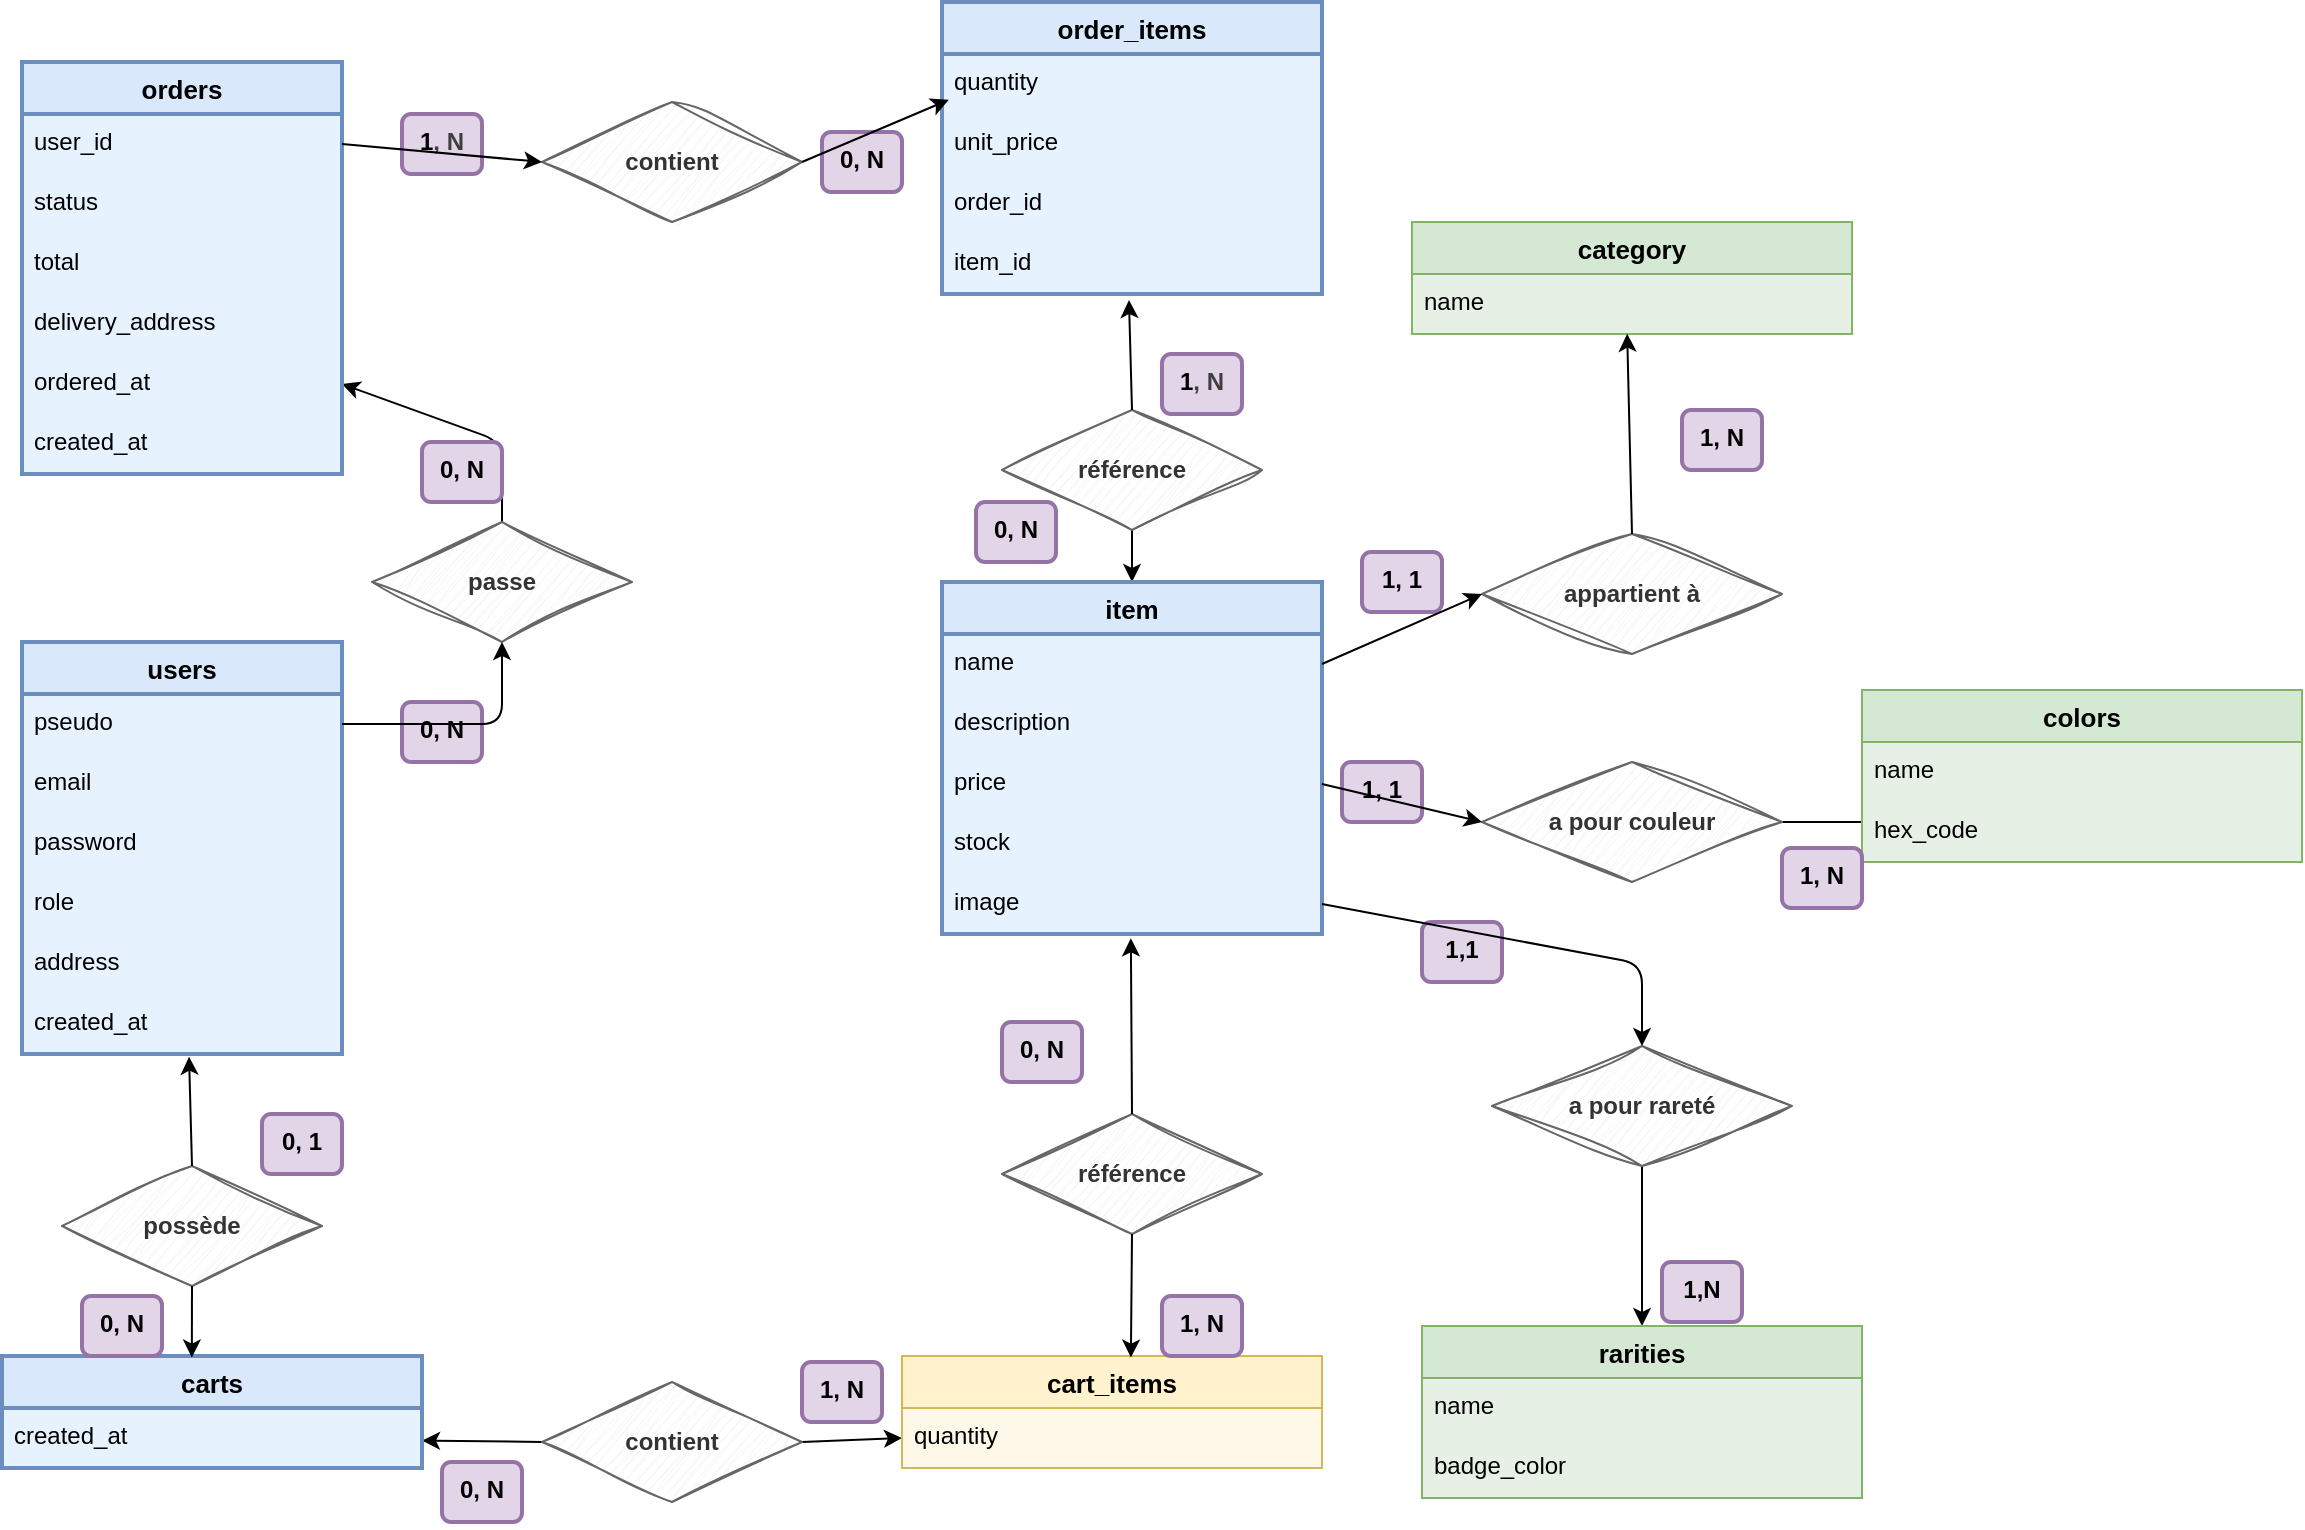
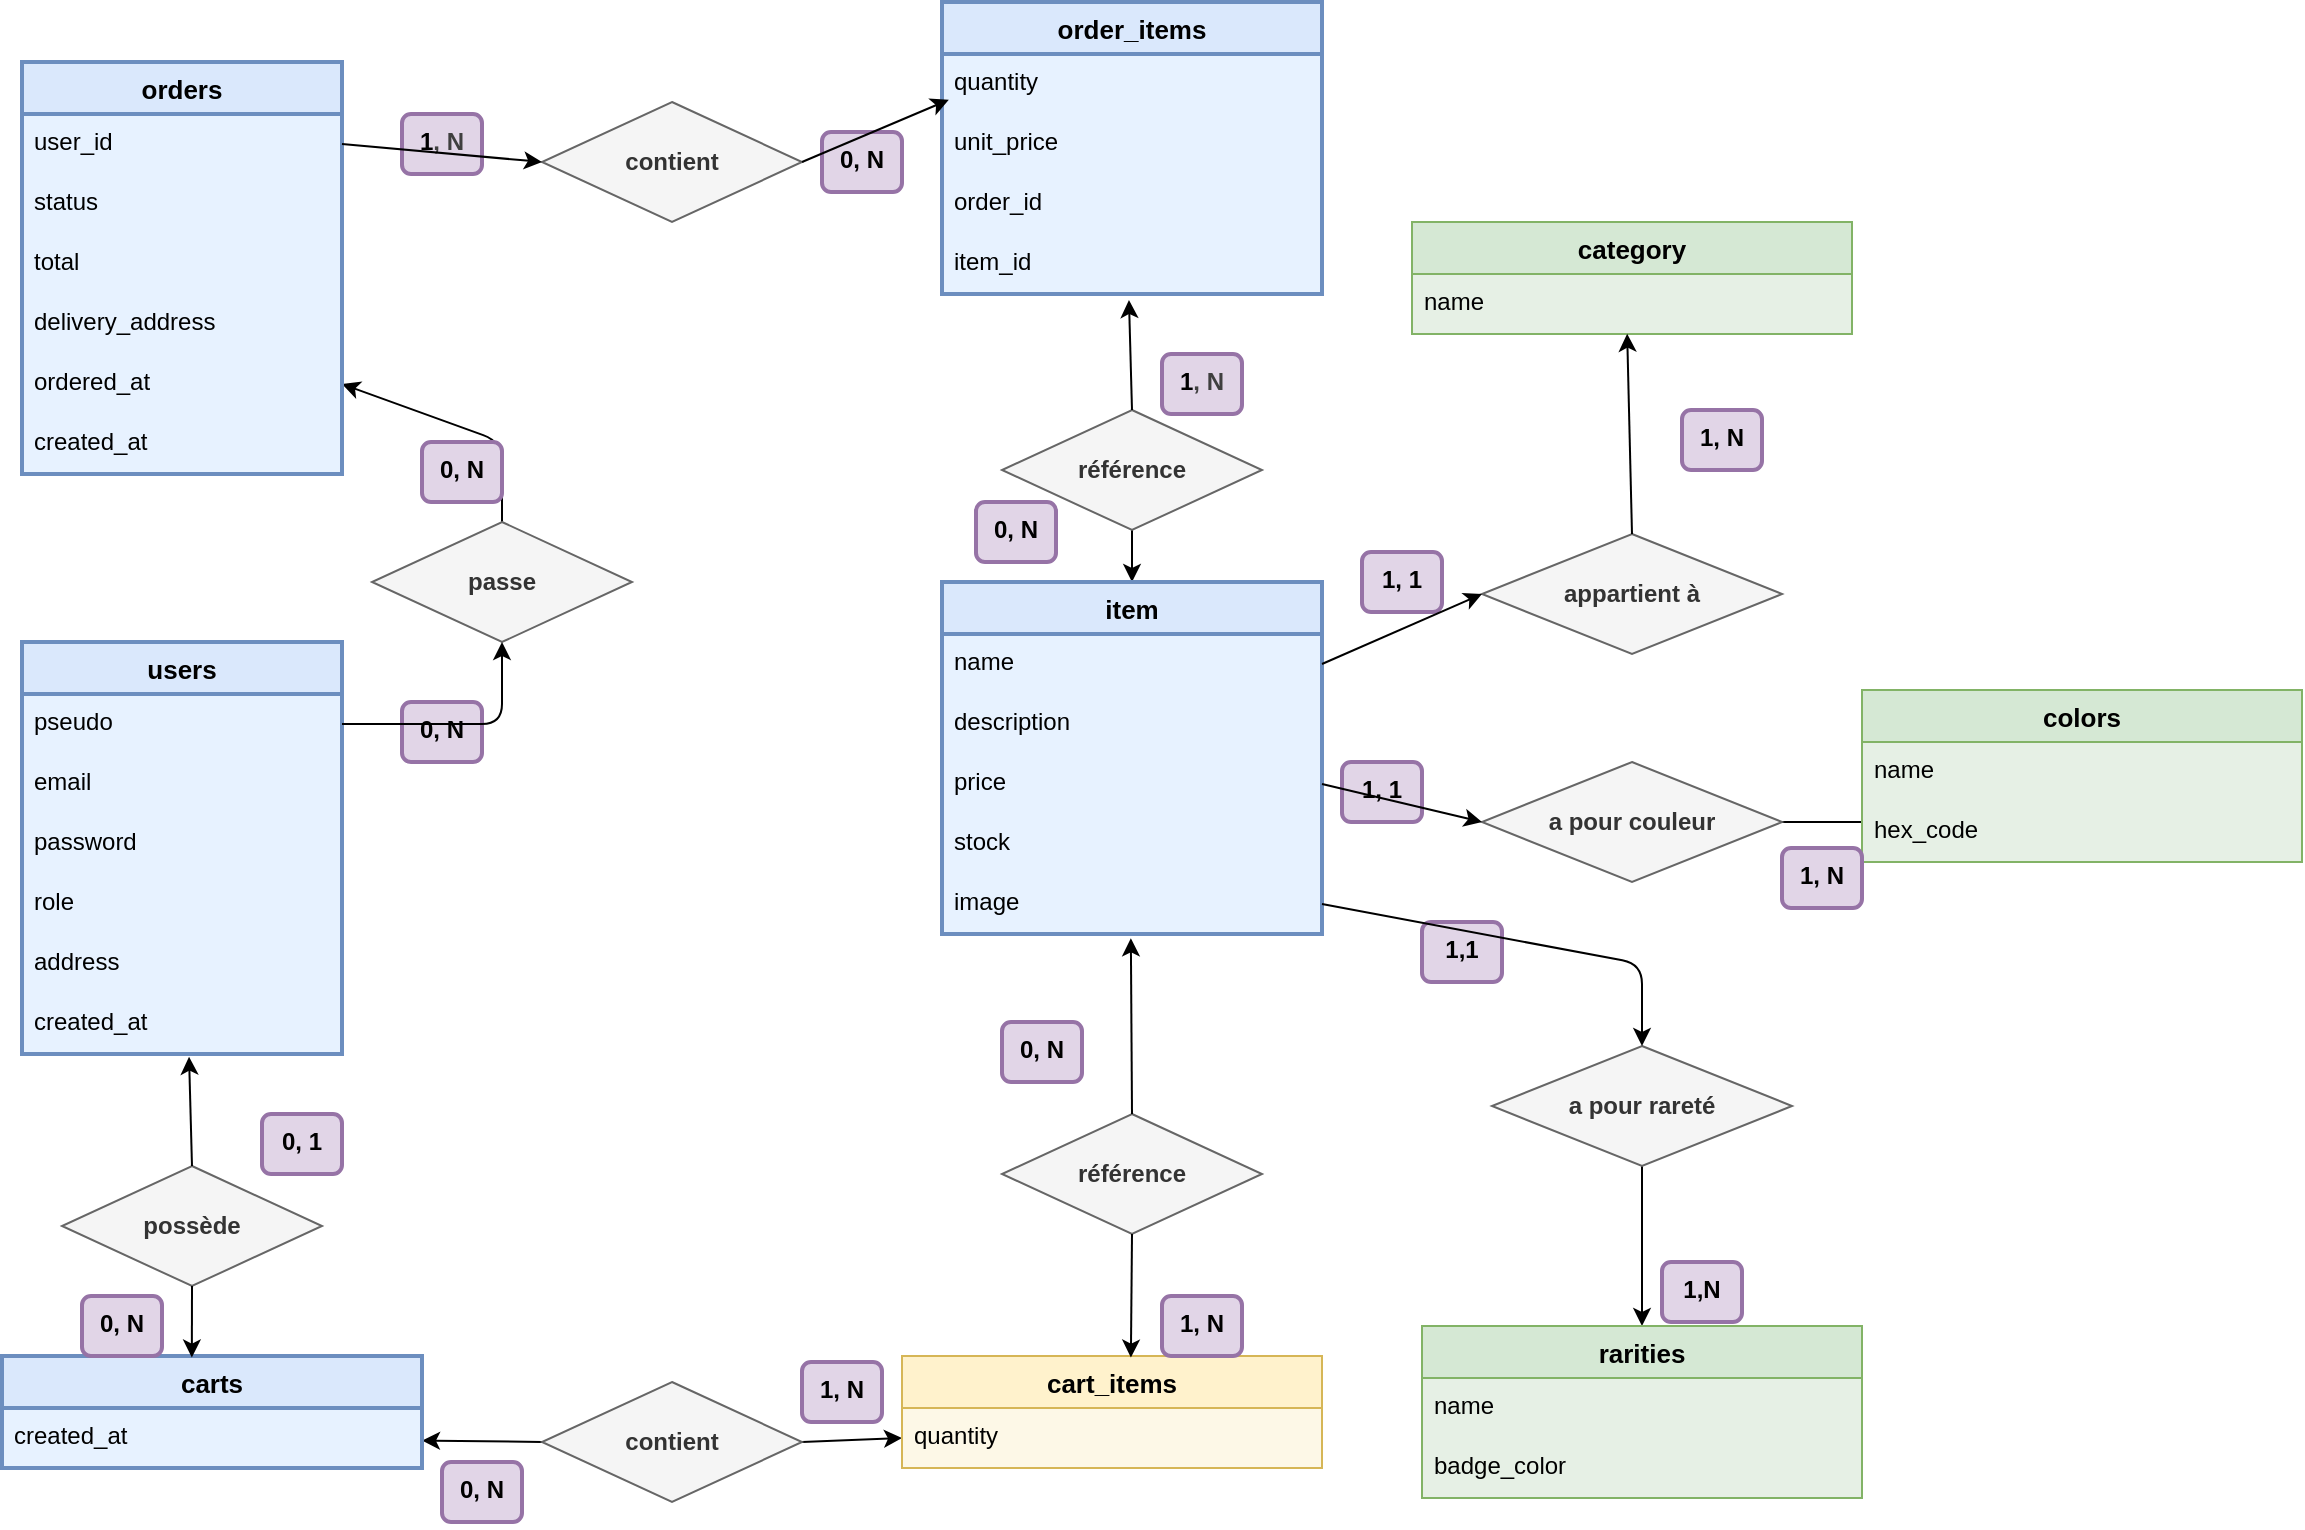
<mxfile host="65bd71144e">
    <diagram id="dxffIaWfTfXCMZ91P9z-" name="Page-1">
-         <mxGraphModel dx="-500" dy="847" grid="1" gridSize="10" guides="1" tooltips="1" connect="1" arrows="1" fold="1" page="1" pageScale="1" pageWidth="1169" pageHeight="827" math="0" shadow="0">
+         <mxGraphModel dx="-892" dy="562" grid="1" gridSize="10" guides="1" tooltips="1" connect="1" arrows="1" fold="1" page="1" pageScale="1" pageWidth="1169" pageHeight="827" math="0" shadow="0">
            <root>
                <mxCell id="0"/>
                <mxCell id="1" parent="0"/>
-                 <mxCell id="2" value="contient" style="rhombus;whiteSpace=wrap;html=1;fillColor=#f5f5f5;strokeColor=#666666;fontColor=#333333;fontStyle=1;fontSize=12;sketch=1;curveFitting=1;jiggle=2;" parent="1" vertex="1">
+                 <mxCell id="2" value="contient" style="rhombus;whiteSpace=wrap;html=1;fillColor=#f5f5f5;strokeColor=#666666;fontColor=#333333;fontStyle=1;fontSize=12;" parent="1" vertex="1">
                    <mxGeometry x="3290" y="230" width="130" height="60" as="geometry"/>
                </mxCell>
                <mxCell id="94" style="edgeStyle=none;html=1;exitX=0.5;exitY=0;exitDx=0;exitDy=0;entryX=1;entryY=0.5;entryDx=0;entryDy=0;" parent="1" source="3" target="34" edge="1">
                    <mxGeometry relative="1" as="geometry">
                        <Array as="points">
                            <mxPoint x="3270" y="400"/>
                        </Array>
                    </mxGeometry>
                </mxCell>
-                 <mxCell id="3" value="passe" style="rhombus;whiteSpace=wrap;html=1;fillColor=#f5f5f5;strokeColor=#666666;fontColor=#333333;fontStyle=1;fontSize=12;sketch=1;curveFitting=1;jiggle=2;" parent="1" vertex="1">
+                 <mxCell id="3" value="passe" style="rhombus;whiteSpace=wrap;html=1;fillColor=#f5f5f5;strokeColor=#666666;fontColor=#333333;fontStyle=1;fontSize=12;" parent="1" vertex="1">
                    <mxGeometry x="3205" y="440" width="130" height="60" as="geometry"/>
                </mxCell>
-                 <mxCell id="4" value="possède" style="rhombus;whiteSpace=wrap;html=1;fillColor=#f5f5f5;strokeColor=#666666;fontColor=#333333;fontStyle=1;fontSize=12;sketch=1;curveFitting=1;jiggle=2;" parent="1" vertex="1">
+                 <mxCell id="4" value="possède" style="rhombus;whiteSpace=wrap;html=1;fillColor=#f5f5f5;strokeColor=#666666;fontColor=#333333;fontStyle=1;fontSize=12;" parent="1" vertex="1">
                    <mxGeometry x="3050" y="762" width="130" height="60" as="geometry"/>
                </mxCell>
                <mxCell id="101" style="edgeStyle=none;html=1;exitX=0;exitY=0.5;exitDx=0;exitDy=0;" parent="1" source="5" edge="1">
                    <mxGeometry relative="1" as="geometry">
                        <mxPoint x="3230" y="899.2727272727273" as="targetPoint"/>
                    </mxGeometry>
                </mxCell>
                <mxCell id="102" style="edgeStyle=none;html=1;exitX=1;exitY=0.5;exitDx=0;exitDy=0;entryX=0;entryY=0.5;entryDx=0;entryDy=0;" parent="1" source="5" edge="1">
                    <mxGeometry relative="1" as="geometry">
                        <mxPoint x="3470" y="898" as="targetPoint"/>
                    </mxGeometry>
                </mxCell>
-                 <mxCell id="5" value="contient" style="rhombus;whiteSpace=wrap;html=1;fillColor=#f5f5f5;strokeColor=#666666;fontColor=#333333;fontStyle=1;fontSize=12;sketch=1;curveFitting=1;jiggle=2;" parent="1" vertex="1">
+                 <mxCell id="5" value="contient" style="rhombus;whiteSpace=wrap;html=1;fillColor=#f5f5f5;strokeColor=#666666;fontColor=#333333;fontStyle=1;fontSize=12;" parent="1" vertex="1">
                    <mxGeometry x="3290" y="870" width="130" height="60" as="geometry"/>
                </mxCell>
                <mxCell id="6" style="edgeStyle=none;html=1;exitX=0.5;exitY=1;exitDx=0;exitDy=0;" parent="1" source="7" target="46" edge="1">
                    <mxGeometry relative="1" as="geometry"/>
                </mxCell>
-                 <mxCell id="7" value="référence" style="rhombus;whiteSpace=wrap;html=1;fillColor=#f5f5f5;strokeColor=#666666;fontColor=#333333;fontStyle=1;fontSize=12;sketch=1;curveFitting=1;jiggle=2;" parent="1" vertex="1">
+                 <mxCell id="7" value="référence" style="rhombus;whiteSpace=wrap;html=1;fillColor=#f5f5f5;strokeColor=#666666;fontColor=#333333;fontStyle=1;fontSize=12;" parent="1" vertex="1">
                    <mxGeometry x="3520" y="384" width="130" height="60" as="geometry"/>
                </mxCell>
-                 <mxCell id="8" value="référence" style="rhombus;whiteSpace=wrap;html=1;fillColor=#f5f5f5;strokeColor=#666666;fontColor=#333333;fontStyle=1;fontSize=12;sketch=1;curveFitting=1;jiggle=2;" parent="1" vertex="1">
+                 <mxCell id="8" value="référence" style="rhombus;whiteSpace=wrap;html=1;fillColor=#f5f5f5;strokeColor=#666666;fontColor=#333333;fontStyle=1;fontSize=12;" parent="1" vertex="1">
                    <mxGeometry x="3520" y="736" width="130" height="60" as="geometry"/>
                </mxCell>
-                 <mxCell id="9" value="appartient à" style="rhombus;whiteSpace=wrap;html=1;fillColor=#f5f5f5;strokeColor=#666666;fontColor=#333333;fontStyle=1;fontSize=12;sketch=1;curveFitting=1;jiggle=2;" parent="1" vertex="1">
+                 <mxCell id="9" value="appartient à" style="rhombus;whiteSpace=wrap;html=1;fillColor=#f5f5f5;strokeColor=#666666;fontColor=#333333;fontStyle=1;fontSize=12;" parent="1" vertex="1">
                    <mxGeometry x="3760" y="446" width="150" height="60" as="geometry"/>
                </mxCell>
                <mxCell id="108" style="edgeStyle=none;html=1;exitX=1;exitY=0.5;exitDx=0;exitDy=0;" parent="1" source="10" edge="1">
                    <mxGeometry relative="1" as="geometry">
                        <mxPoint x="3960" y="590" as="targetPoint"/>
                    </mxGeometry>
                </mxCell>
-                 <mxCell id="10" value="a pour couleur" style="rhombus;whiteSpace=wrap;html=1;fillColor=#f5f5f5;strokeColor=#666666;fontColor=#333333;fontStyle=1;fontSize=12;sketch=1;curveFitting=1;jiggle=2;" parent="1" vertex="1">
+                 <mxCell id="10" value="a pour couleur" style="rhombus;whiteSpace=wrap;html=1;fillColor=#f5f5f5;strokeColor=#666666;fontColor=#333333;fontStyle=1;fontSize=12;" parent="1" vertex="1">
                    <mxGeometry x="3760" y="560" width="150" height="60" as="geometry"/>
                </mxCell>
                <mxCell id="106" style="edgeStyle=none;html=1;exitX=0.5;exitY=1;exitDx=0;exitDy=0;entryX=0.5;entryY=0;entryDx=0;entryDy=0;" parent="1" source="12" target="63" edge="1">
                    <mxGeometry relative="1" as="geometry"/>
                </mxCell>
-                 <mxCell id="12" value="a pour rareté" style="rhombus;whiteSpace=wrap;html=1;fillColor=#f5f5f5;strokeColor=#666666;fontColor=#333333;fontStyle=1;fontSize=12;sketch=1;curveFitting=1;jiggle=2;" parent="1" vertex="1">
+                 <mxCell id="12" value="a pour rareté" style="rhombus;whiteSpace=wrap;html=1;fillColor=#f5f5f5;strokeColor=#666666;fontColor=#333333;fontStyle=1;fontSize=12;" parent="1" vertex="1">
                    <mxGeometry x="3765" y="702" width="150" height="60" as="geometry"/>
                </mxCell>
                <mxCell id="16" value="carts" style="swimlane;fontStyle=1;childLayout=stackLayout;horizontal=1;startSize=26;horizontalStack=0;resizeParent=1;resizeParentMax=0;resizeLast=0;collapsible=1;marginBottom=0;align=center;fontSize=13;fillColor=#DAE8FC;strokeColor=#6c8ebf;strokeWidth=2;swimlaneFillColor=#E7F2FF;" parent="1" vertex="1">
                    <mxGeometry x="3020" y="857" width="210" height="56" as="geometry"/>
                </mxCell>
                <mxCell id="18" value="created_at" style="text;strokeColor=none;fillColor=none;spacingLeft=4;spacingRight=4;overflow=hidden;rotatable=0;points=[[0,0.5],[1,0.5]];portConstraint=eastwest;fontSize=12;whiteSpace=wrap;html=1;" parent="16" vertex="1">
                    <mxGeometry y="26" width="210" height="30" as="geometry"/>
                </mxCell>
                <mxCell id="20" value="users" style="swimlane;fontStyle=1;childLayout=stackLayout;horizontal=1;startSize=26;horizontalStack=0;resizeParent=1;resizeParentMax=0;resizeLast=0;collapsible=1;marginBottom=0;align=center;fontSize=13;strokeWidth=2;fillColor=#DAE8FC;strokeColor=#6c8ebf;swimlaneFillColor=#E7F2FF;" parent="1" vertex="1">
                    <mxGeometry x="3030" y="500" width="160" height="206" as="geometry"/>
                </mxCell>
                <mxCell id="22" value="pseudo" style="text;strokeColor=none;fillColor=none;spacingLeft=4;spacingRight=4;overflow=hidden;rotatable=0;points=[[0,0.5],[1,0.5]];portConstraint=eastwest;fontSize=12;whiteSpace=wrap;html=1;" parent="20" vertex="1">
                    <mxGeometry y="26" width="160" height="30" as="geometry"/>
                </mxCell>
                <mxCell id="23" value="email" style="text;strokeColor=none;fillColor=none;spacingLeft=4;spacingRight=4;overflow=hidden;rotatable=0;points=[[0,0.5],[1,0.5]];portConstraint=eastwest;fontSize=12;whiteSpace=wrap;html=1;" parent="20" vertex="1">
                    <mxGeometry y="56" width="160" height="30" as="geometry"/>
                </mxCell>
                <mxCell id="24" value="password" style="text;strokeColor=none;fillColor=none;spacingLeft=4;spacingRight=4;overflow=hidden;rotatable=0;points=[[0,0.5],[1,0.5]];portConstraint=eastwest;fontSize=12;whiteSpace=wrap;html=1;" parent="20" vertex="1">
                    <mxGeometry y="86" width="160" height="30" as="geometry"/>
                </mxCell>
                <mxCell id="25" value="role" style="text;strokeColor=none;fillColor=none;spacingLeft=4;spacingRight=4;overflow=hidden;rotatable=0;points=[[0,0.5],[1,0.5]];portConstraint=eastwest;fontSize=12;whiteSpace=wrap;html=1;" parent="20" vertex="1">
                    <mxGeometry y="116" width="160" height="30" as="geometry"/>
                </mxCell>
                <mxCell id="26" value="address" style="text;strokeColor=none;fillColor=none;spacingLeft=4;spacingRight=4;overflow=hidden;rotatable=0;points=[[0,0.5],[1,0.5]];portConstraint=eastwest;fontSize=12;whiteSpace=wrap;html=1;" parent="20" vertex="1">
                    <mxGeometry y="146" width="160" height="30" as="geometry"/>
                </mxCell>
                <mxCell id="27" value="created_at" style="text;strokeColor=none;fillColor=none;spacingLeft=4;spacingRight=4;overflow=hidden;rotatable=0;points=[[0,0.5],[1,0.5]];portConstraint=eastwest;fontSize=12;whiteSpace=wrap;html=1;" parent="20" vertex="1">
                    <mxGeometry y="176" width="160" height="30" as="geometry"/>
                </mxCell>
                <mxCell id="28" value="orders" style="swimlane;fontStyle=1;childLayout=stackLayout;horizontal=1;startSize=26;horizontalStack=0;resizeParent=1;resizeParentMax=0;resizeLast=0;collapsible=1;marginBottom=0;align=center;fontSize=13;strokeWidth=2;fillColor=#DAE8FC;strokeColor=#6c8ebf;swimlaneFillColor=#E7F2FF;" parent="1" vertex="1">
                    <mxGeometry x="3030" y="210" width="160" height="206" as="geometry"/>
                </mxCell>
                <mxCell id="30" value="user_id" style="text;strokeColor=none;fillColor=none;spacingLeft=4;spacingRight=4;overflow=hidden;rotatable=0;points=[[0,0.5],[1,0.5]];portConstraint=eastwest;fontSize=12;whiteSpace=wrap;html=1;" parent="28" vertex="1">
                    <mxGeometry y="26" width="160" height="30" as="geometry"/>
                </mxCell>
                <mxCell id="31" value="status" style="text;strokeColor=none;fillColor=none;spacingLeft=4;spacingRight=4;overflow=hidden;rotatable=0;points=[[0,0.5],[1,0.5]];portConstraint=eastwest;fontSize=12;whiteSpace=wrap;html=1;" parent="28" vertex="1">
                    <mxGeometry y="56" width="160" height="30" as="geometry"/>
                </mxCell>
                <mxCell id="32" value="total" style="text;strokeColor=none;fillColor=none;spacingLeft=4;spacingRight=4;overflow=hidden;rotatable=0;points=[[0,0.5],[1,0.5]];portConstraint=eastwest;fontSize=12;whiteSpace=wrap;html=1;" parent="28" vertex="1">
                    <mxGeometry y="86" width="160" height="30" as="geometry"/>
                </mxCell>
                <mxCell id="33" value="delivery_address" style="text;strokeColor=none;fillColor=none;spacingLeft=4;spacingRight=4;overflow=hidden;rotatable=0;points=[[0,0.5],[1,0.5]];portConstraint=eastwest;fontSize=12;whiteSpace=wrap;html=1;" parent="28" vertex="1">
                    <mxGeometry y="116" width="160" height="30" as="geometry"/>
                </mxCell>
                <mxCell id="34" value="ordered_at" style="text;strokeColor=none;fillColor=none;spacingLeft=4;spacingRight=4;overflow=hidden;rotatable=0;points=[[0,0.5],[1,0.5]];portConstraint=eastwest;fontSize=12;whiteSpace=wrap;html=1;" parent="28" vertex="1">
                    <mxGeometry y="146" width="160" height="30" as="geometry"/>
                </mxCell>
                <mxCell id="35" value="created_at" style="text;strokeColor=none;fillColor=none;spacingLeft=4;spacingRight=4;overflow=hidden;rotatable=0;points=[[0,0.5],[1,0.5]];portConstraint=eastwest;fontSize=12;whiteSpace=wrap;html=1;" parent="28" vertex="1">
                    <mxGeometry y="176" width="160" height="30" as="geometry"/>
                </mxCell>
                <mxCell id="38" value="order_items" style="swimlane;fontStyle=1;childLayout=stackLayout;horizontal=1;startSize=26;horizontalStack=0;resizeParent=1;resizeParentMax=0;resizeLast=0;collapsible=1;marginBottom=0;align=center;fontSize=13;strokeWidth=2;fillColor=#DAE8FC;strokeColor=#6c8ebf;swimlaneFillColor=#E7F2FF;" parent="1" vertex="1">
                    <mxGeometry x="3490" y="180" width="190" height="146" as="geometry"/>
                </mxCell>
                <mxCell id="40" value="quantity" style="text;strokeColor=none;fillColor=none;spacingLeft=4;spacingRight=4;overflow=hidden;rotatable=0;points=[[0,0.5],[1,0.5]];portConstraint=eastwest;fontSize=12;whiteSpace=wrap;html=1;" parent="38" vertex="1">
                    <mxGeometry y="26" width="190" height="30" as="geometry"/>
                </mxCell>
                <mxCell id="41" value="unit_price" style="text;strokeColor=none;fillColor=none;spacingLeft=4;spacingRight=4;overflow=hidden;rotatable=0;points=[[0,0.5],[1,0.5]];portConstraint=eastwest;fontSize=12;whiteSpace=wrap;html=1;" parent="38" vertex="1">
                    <mxGeometry y="56" width="190" height="30" as="geometry"/>
                </mxCell>
                <mxCell id="42" value="order_id" style="text;strokeColor=none;fillColor=none;spacingLeft=4;spacingRight=4;overflow=hidden;rotatable=0;points=[[0,0.5],[1,0.5]];portConstraint=eastwest;fontSize=12;whiteSpace=wrap;html=1;" parent="38" vertex="1">
                    <mxGeometry y="86" width="190" height="30" as="geometry"/>
                </mxCell>
                <mxCell id="43" value="item_id" style="text;strokeColor=none;fillColor=none;spacingLeft=4;spacingRight=4;overflow=hidden;rotatable=0;points=[[0,0.5],[1,0.5]];portConstraint=eastwest;fontSize=12;whiteSpace=wrap;html=1;" parent="38" vertex="1">
                    <mxGeometry y="116" width="190" height="30" as="geometry"/>
                </mxCell>
                <mxCell id="46" value="item" style="swimlane;fontStyle=1;childLayout=stackLayout;horizontal=1;startSize=26;horizontalStack=0;resizeParent=1;resizeParentMax=0;resizeLast=0;collapsible=1;marginBottom=0;align=center;fontSize=13;strokeWidth=2;fillColor=#dae8fc;strokeColor=#6c8ebf;perimeterSpacing=0;swimlaneFillColor=#E7F2FF;" parent="1" vertex="1">
                    <mxGeometry x="3490" y="470" width="190" height="176" as="geometry"/>
                </mxCell>
                <mxCell id="48" value="name" style="text;strokeColor=none;fillColor=none;spacingLeft=4;spacingRight=4;overflow=hidden;rotatable=0;points=[[0,0.5],[1,0.5]];portConstraint=eastwest;fontSize=12;whiteSpace=wrap;html=1;" parent="46" vertex="1">
                    <mxGeometry y="26" width="190" height="30" as="geometry"/>
                </mxCell>
                <mxCell id="49" value="description" style="text;strokeColor=none;fillColor=none;spacingLeft=4;spacingRight=4;overflow=hidden;rotatable=0;points=[[0,0.5],[1,0.5]];portConstraint=eastwest;fontSize=12;whiteSpace=wrap;html=1;" parent="46" vertex="1">
                    <mxGeometry y="56" width="190" height="30" as="geometry"/>
                </mxCell>
                <mxCell id="50" value="price" style="text;strokeColor=none;fillColor=none;spacingLeft=4;spacingRight=4;overflow=hidden;rotatable=0;points=[[0,0.5],[1,0.5]];portConstraint=eastwest;fontSize=12;whiteSpace=wrap;html=1;" parent="46" vertex="1">
                    <mxGeometry y="86" width="190" height="30" as="geometry"/>
                </mxCell>
                <mxCell id="51" value="stock" style="text;strokeColor=none;fillColor=none;spacingLeft=4;spacingRight=4;overflow=hidden;rotatable=0;points=[[0,0.5],[1,0.5]];portConstraint=eastwest;fontSize=12;whiteSpace=wrap;html=1;" parent="46" vertex="1">
                    <mxGeometry y="116" width="190" height="30" as="geometry"/>
                </mxCell>
                <mxCell id="52" value="image" style="text;strokeColor=none;fillColor=none;spacingLeft=4;spacingRight=4;overflow=hidden;rotatable=0;points=[[0,0.5],[1,0.5]];portConstraint=eastwest;fontSize=12;whiteSpace=wrap;html=1;" parent="46" vertex="1">
                    <mxGeometry y="146" width="190" height="30" as="geometry"/>
                </mxCell>
                <mxCell id="53" value="cart_items" style="swimlane;fontStyle=1;childLayout=stackLayout;horizontal=1;startSize=26;horizontalStack=0;resizeParent=1;resizeParentMax=0;resizeLast=0;collapsible=1;marginBottom=0;align=center;fontSize=13;fillColor=#fff2cc;strokeColor=#d6b656;swimlaneFillColor=#FDF8E7;" parent="1" vertex="1">
                    <mxGeometry x="3470" y="857" width="210" height="56" as="geometry"/>
                </mxCell>
                <mxCell id="55" value="quantity" style="text;strokeColor=none;fillColor=none;spacingLeft=4;spacingRight=4;overflow=hidden;rotatable=0;points=[[0,0.5],[1,0.5]];portConstraint=eastwest;fontSize=12;whiteSpace=wrap;html=1;" parent="53" vertex="1">
                    <mxGeometry y="26" width="210" height="30" as="geometry"/>
                </mxCell>
                <mxCell id="56" value="category" style="swimlane;fontStyle=1;childLayout=stackLayout;horizontal=1;startSize=26;horizontalStack=0;resizeParent=1;resizeParentMax=0;resizeLast=0;collapsible=1;marginBottom=0;align=center;fontSize=13;fillColor=#d5e8d4;strokeColor=#82b366;swimlaneFillColor=#E6F0E5;" parent="1" vertex="1">
                    <mxGeometry x="3725" y="290" width="220" height="56" as="geometry"/>
                </mxCell>
                <mxCell id="58" value="name" style="text;strokeColor=none;fillColor=none;spacingLeft=4;spacingRight=4;overflow=hidden;rotatable=0;points=[[0,0.5],[1,0.5]];portConstraint=eastwest;fontSize=12;whiteSpace=wrap;html=1;" parent="56" vertex="1">
                    <mxGeometry y="26" width="220" height="30" as="geometry"/>
                </mxCell>
                <mxCell id="59" value="colors" style="swimlane;fontStyle=1;childLayout=stackLayout;horizontal=1;startSize=26;horizontalStack=0;resizeParent=1;resizeParentMax=0;resizeLast=0;collapsible=1;marginBottom=0;align=center;fontSize=13;fillColor=#d5e8d4;strokeColor=#82b366;swimlaneFillColor=#E6F0E5;" parent="1" vertex="1">
                    <mxGeometry x="3950" y="524" width="220" height="86" as="geometry"/>
                </mxCell>
                <mxCell id="61" value="name" style="text;strokeColor=none;fillColor=none;spacingLeft=4;spacingRight=4;overflow=hidden;rotatable=0;points=[[0,0.5],[1,0.5]];portConstraint=eastwest;fontSize=12;whiteSpace=wrap;html=1;" parent="59" vertex="1">
                    <mxGeometry y="26" width="220" height="30" as="geometry"/>
                </mxCell>
                <mxCell id="62" value="hex_code" style="text;strokeColor=none;fillColor=none;spacingLeft=4;spacingRight=4;overflow=hidden;rotatable=0;points=[[0,0.5],[1,0.5]];portConstraint=eastwest;fontSize=12;whiteSpace=wrap;html=1;" parent="59" vertex="1">
                    <mxGeometry y="56" width="220" height="30" as="geometry"/>
                </mxCell>
                <mxCell id="63" value="rarities" style="swimlane;fontStyle=1;childLayout=stackLayout;horizontal=1;startSize=26;horizontalStack=0;resizeParent=1;resizeParentMax=0;resizeLast=0;collapsible=1;marginBottom=0;align=center;fontSize=13;fillColor=#d5e8d4;strokeColor=#82b366;swimlaneFillColor=#E6F0E5;" parent="1" vertex="1">
                    <mxGeometry x="3730" y="842" width="220" height="86" as="geometry"/>
                </mxCell>
                <mxCell id="65" value="name" style="text;strokeColor=none;fillColor=none;spacingLeft=4;spacingRight=4;overflow=hidden;rotatable=0;points=[[0,0.5],[1,0.5]];portConstraint=eastwest;fontSize=12;whiteSpace=wrap;html=1;" parent="63" vertex="1">
                    <mxGeometry y="26" width="220" height="30" as="geometry"/>
                </mxCell>
                <mxCell id="66" value="badge_color" style="text;strokeColor=none;fillColor=none;spacingLeft=4;spacingRight=4;overflow=hidden;rotatable=0;points=[[0,0.5],[1,0.5]];portConstraint=eastwest;fontSize=12;whiteSpace=wrap;html=1;" parent="63" vertex="1">
                    <mxGeometry y="56" width="220" height="30" as="geometry"/>
                </mxCell>
                <mxCell id="67" value="&lt;b&gt;&lt;font&gt;0, N&lt;/font&gt;&lt;/b&gt;" style="text;strokeColor=#9673a6;fillColor=#e1d5e7;spacingLeft=4;spacingRight=4;overflow=hidden;rotatable=0;points=[[0,0.5],[1,0.5]];portConstraint=eastwest;fontSize=12;whiteSpace=wrap;html=1;strokeWidth=2;align=center;rounded=1;" parent="1" vertex="1">
                    <mxGeometry x="3220" y="530" width="40" height="30" as="geometry"/>
                </mxCell>
                <mxCell id="68" value="&lt;b&gt;&lt;font&gt;0, N&lt;/font&gt;&lt;/b&gt;" style="text;strokeColor=#9673a6;fillColor=#e1d5e7;spacingLeft=4;spacingRight=4;overflow=hidden;rotatable=0;points=[[0,0.5],[1,0.5]];portConstraint=eastwest;fontSize=12;whiteSpace=wrap;html=1;strokeWidth=2;align=center;rounded=1;glass=0;shadow=0;" parent="1" vertex="1">
                    <mxGeometry x="3230" y="400" width="40" height="30" as="geometry"/>
                </mxCell>
                <mxCell id="69" value="&lt;b&gt;&lt;font&gt;0, 1&lt;/font&gt;&lt;/b&gt;" style="text;strokeColor=#9673a6;fillColor=#e1d5e7;spacingLeft=4;spacingRight=4;overflow=hidden;rotatable=0;points=[[0,0.5],[1,0.5]];portConstraint=eastwest;fontSize=12;whiteSpace=wrap;html=1;strokeWidth=2;align=center;rounded=1;" parent="1" vertex="1">
                    <mxGeometry x="3150" y="736" width="40" height="30" as="geometry"/>
                </mxCell>
                <mxCell id="70" value="&lt;b&gt;&lt;font&gt;0, N&lt;/font&gt;&lt;/b&gt;" style="text;strokeColor=#9673a6;fillColor=#e1d5e7;spacingLeft=4;spacingRight=4;overflow=hidden;rotatable=0;points=[[0,0.5],[1,0.5]];portConstraint=eastwest;fontSize=12;whiteSpace=wrap;html=1;strokeWidth=2;align=center;rounded=1;" parent="1" vertex="1">
                    <mxGeometry x="3240" y="910" width="40" height="30" as="geometry"/>
                </mxCell>
                <mxCell id="71" value="&lt;b&gt;&lt;font&gt;1, N&lt;/font&gt;&lt;/b&gt;" style="text;strokeColor=#9673a6;fillColor=#e1d5e7;spacingLeft=4;spacingRight=4;overflow=hidden;rotatable=0;points=[[0,0.5],[1,0.5]];portConstraint=eastwest;fontSize=12;whiteSpace=wrap;html=1;strokeWidth=2;align=center;rounded=1;" parent="1" vertex="1">
                    <mxGeometry x="3420" y="860" width="40" height="30" as="geometry"/>
                </mxCell>
                <mxCell id="72" value="&lt;b&gt;&lt;font&gt;1&lt;/font&gt;&lt;/b&gt;&lt;b style=&quot;color: rgb(63, 63, 63); background-color: transparent;&quot;&gt;, N&lt;/b&gt;" style="text;strokeColor=#9673a6;fillColor=#e1d5e7;spacingLeft=4;spacingRight=4;overflow=hidden;rotatable=0;points=[[0,0.5],[1,0.5]];portConstraint=eastwest;fontSize=12;whiteSpace=wrap;html=1;strokeWidth=2;align=center;rounded=1;glass=0;shadow=0;" parent="1" vertex="1">
                    <mxGeometry x="3220" y="236" width="40" height="30" as="geometry"/>
                </mxCell>
                <mxCell id="73" value="&lt;b&gt;0, N&lt;/b&gt;" style="text;strokeColor=#9673a6;fillColor=#e1d5e7;spacingLeft=4;spacingRight=4;overflow=hidden;rotatable=0;points=[[0,0.5],[1,0.5]];portConstraint=eastwest;fontSize=12;whiteSpace=wrap;html=1;strokeWidth=2;align=center;rounded=1;glass=0;shadow=0;" parent="1" vertex="1">
                    <mxGeometry x="3430" y="245" width="40" height="30" as="geometry"/>
                </mxCell>
                <mxCell id="74" value="&lt;b&gt;&lt;font&gt;1, N&lt;/font&gt;&lt;/b&gt;" style="text;strokeColor=#9673a6;fillColor=#e1d5e7;spacingLeft=4;spacingRight=4;overflow=hidden;rotatable=0;points=[[0,0.5],[1,0.5]];portConstraint=eastwest;fontSize=12;whiteSpace=wrap;html=1;strokeWidth=2;align=center;rounded=1;" parent="1" vertex="1">
                    <mxGeometry x="3600" y="827" width="40" height="30" as="geometry"/>
                </mxCell>
                <mxCell id="75" value="&lt;b&gt;&lt;font&gt;0, N&lt;/font&gt;&lt;/b&gt;" style="text;strokeColor=#9673a6;fillColor=#e1d5e7;spacingLeft=4;spacingRight=4;overflow=hidden;rotatable=0;points=[[0,0.5],[1,0.5]];portConstraint=eastwest;fontSize=12;whiteSpace=wrap;html=1;strokeWidth=2;align=center;rounded=1;" parent="1" vertex="1">
                    <mxGeometry x="3520" y="690" width="40" height="30" as="geometry"/>
                </mxCell>
                <mxCell id="76" value="&lt;b&gt;&lt;font&gt;1&lt;/font&gt;&lt;/b&gt;&lt;b style=&quot;color: rgb(63, 63, 63); background-color: transparent;&quot;&gt;, N&lt;/b&gt;" style="text;strokeColor=#9673a6;fillColor=#e1d5e7;spacingLeft=4;spacingRight=4;overflow=hidden;rotatable=0;points=[[0,0.5],[1,0.5]];portConstraint=eastwest;fontSize=12;whiteSpace=wrap;html=1;strokeWidth=2;align=center;rounded=1;" parent="1" vertex="1">
                    <mxGeometry x="3600" y="356" width="40" height="30" as="geometry"/>
                </mxCell>
                <mxCell id="77" value="&lt;b&gt;0, N&lt;/b&gt;" style="text;strokeColor=#9673a6;fillColor=#e1d5e7;spacingLeft=4;spacingRight=4;overflow=hidden;rotatable=0;points=[[0,0.5],[1,0.5]];portConstraint=eastwest;fontSize=12;whiteSpace=wrap;html=1;strokeWidth=2;align=center;rounded=1;" parent="1" vertex="1">
                    <mxGeometry x="3507" y="430" width="40" height="30" as="geometry"/>
                </mxCell>
                <mxCell id="78" value="&lt;b&gt;1, 1&lt;/b&gt;" style="text;strokeColor=#9673a6;fillColor=#e1d5e7;spacingLeft=4;spacingRight=4;overflow=hidden;rotatable=0;points=[[0,0.5],[1,0.5]];portConstraint=eastwest;fontSize=12;whiteSpace=wrap;html=1;strokeWidth=2;align=center;rounded=1;" parent="1" vertex="1">
                    <mxGeometry x="3700" y="455" width="40" height="30" as="geometry"/>
                </mxCell>
                <mxCell id="79" value="&lt;b&gt;1, N&lt;/b&gt;" style="text;strokeColor=#9673a6;fillColor=#e1d5e7;spacingLeft=4;spacingRight=4;overflow=hidden;rotatable=0;points=[[0,0.5],[1,0.5]];portConstraint=eastwest;fontSize=12;whiteSpace=wrap;html=1;strokeWidth=2;align=center;rounded=1;" parent="1" vertex="1">
                    <mxGeometry x="3860" y="384" width="40" height="30" as="geometry"/>
                </mxCell>
                <mxCell id="80" value="&lt;b&gt;1, 1&lt;/b&gt;" style="text;strokeColor=#9673a6;fillColor=#e1d5e7;spacingLeft=4;spacingRight=4;overflow=hidden;rotatable=0;points=[[0,0.5],[1,0.5]];portConstraint=eastwest;fontSize=12;whiteSpace=wrap;html=1;strokeWidth=2;align=center;rounded=1;" parent="1" vertex="1">
                    <mxGeometry x="3690" y="560" width="40" height="30" as="geometry"/>
                </mxCell>
                <mxCell id="81" value="&lt;b&gt;1, N&lt;/b&gt;" style="text;strokeColor=#9673a6;fillColor=#e1d5e7;spacingLeft=4;spacingRight=4;overflow=hidden;rotatable=0;points=[[0,0.5],[1,0.5]];portConstraint=eastwest;fontSize=12;whiteSpace=wrap;html=1;strokeWidth=2;align=center;rounded=1;" parent="1" vertex="1">
                    <mxGeometry x="3910" y="603" width="40" height="30" as="geometry"/>
                </mxCell>
                <mxCell id="82" value="&lt;b&gt;1,1&lt;/b&gt;" style="text;strokeColor=#9673a6;fillColor=#e1d5e7;spacingLeft=4;spacingRight=4;overflow=hidden;rotatable=0;points=[[0,0.5],[1,0.5]];portConstraint=eastwest;fontSize=12;whiteSpace=wrap;html=1;strokeWidth=2;align=center;rounded=1;" parent="1" vertex="1">
                    <mxGeometry x="3730" y="640" width="40" height="30" as="geometry"/>
                </mxCell>
                <mxCell id="83" value="&lt;b&gt;1,N&lt;/b&gt;" style="text;strokeColor=#9673a6;fillColor=#e1d5e7;spacingLeft=4;spacingRight=4;overflow=hidden;rotatable=0;points=[[0,0.5],[1,0.5]];portConstraint=eastwest;fontSize=12;whiteSpace=wrap;html=1;strokeWidth=2;align=center;rounded=1;" parent="1" vertex="1">
                    <mxGeometry x="3850" y="810" width="40" height="30" as="geometry"/>
                </mxCell>
                <mxCell id="86" value="&lt;b&gt;&lt;font&gt;0, N&lt;/font&gt;&lt;/b&gt;" style="text;strokeColor=#9673a6;fillColor=#e1d5e7;spacingLeft=4;spacingRight=4;overflow=hidden;rotatable=0;points=[[0,0.5],[1,0.5]];portConstraint=eastwest;fontSize=12;whiteSpace=wrap;html=1;strokeWidth=2;align=center;rounded=1;" parent="1" vertex="1">
                    <mxGeometry x="3060" y="827" width="40" height="30" as="geometry"/>
                </mxCell>
                <mxCell id="93" style="edgeStyle=none;html=1;exitX=1;exitY=0.5;exitDx=0;exitDy=0;entryX=0.5;entryY=1;entryDx=0;entryDy=0;" parent="1" target="3" edge="1">
                    <mxGeometry relative="1" as="geometry">
                        <Array as="points">
                            <mxPoint x="3270" y="541"/>
                        </Array>
                        <mxPoint x="3190" y="541" as="sourcePoint"/>
                    </mxGeometry>
                </mxCell>
                <mxCell id="96" style="edgeStyle=none;html=1;exitX=1;exitY=0.5;exitDx=0;exitDy=0;entryX=0;entryY=0.5;entryDx=0;entryDy=0;" parent="1" target="2" edge="1">
                    <mxGeometry relative="1" as="geometry">
                        <mxPoint x="3190" y="251" as="sourcePoint"/>
                    </mxGeometry>
                </mxCell>
                <mxCell id="97" style="edgeStyle=none;html=1;exitX=1;exitY=0.5;exitDx=0;exitDy=0;entryX=0.018;entryY=0.763;entryDx=0;entryDy=0;entryPerimeter=0;" parent="1" source="2" target="40" edge="1">
                    <mxGeometry relative="1" as="geometry"/>
                </mxCell>
                <mxCell id="98" style="edgeStyle=none;html=1;exitX=0.5;exitY=0;exitDx=0;exitDy=0;entryX=0.492;entryY=1.1;entryDx=0;entryDy=0;entryPerimeter=0;" parent="1" source="7" target="43" edge="1">
                    <mxGeometry relative="1" as="geometry"/>
                </mxCell>
                <mxCell id="99" style="edgeStyle=none;html=1;exitX=0.5;exitY=0;exitDx=0;exitDy=0;entryX=0.522;entryY=1.045;entryDx=0;entryDy=0;entryPerimeter=0;" parent="1" source="4" target="27" edge="1">
                    <mxGeometry relative="1" as="geometry"/>
                </mxCell>
                <mxCell id="100" style="edgeStyle=none;html=1;exitX=0.5;exitY=1;exitDx=0;exitDy=0;entryX=0.452;entryY=0.014;entryDx=0;entryDy=0;entryPerimeter=0;" parent="1" source="4" target="16" edge="1">
                    <mxGeometry relative="1" as="geometry"/>
                </mxCell>
                <mxCell id="103" style="edgeStyle=none;html=1;exitX=0.5;exitY=0;exitDx=0;exitDy=0;entryX=0.497;entryY=1.072;entryDx=0;entryDy=0;entryPerimeter=0;" parent="1" source="8" target="52" edge="1">
                    <mxGeometry relative="1" as="geometry"/>
                </mxCell>
                <mxCell id="104" style="edgeStyle=none;html=1;exitX=0.5;exitY=1;exitDx=0;exitDy=0;entryX=0.545;entryY=0.014;entryDx=0;entryDy=0;entryPerimeter=0;" parent="1" source="8" target="53" edge="1">
                    <mxGeometry relative="1" as="geometry"/>
                </mxCell>
                <mxCell id="105" style="edgeStyle=none;html=1;exitX=1;exitY=0.5;exitDx=0;exitDy=0;entryX=0.5;entryY=0;entryDx=0;entryDy=0;" parent="1" source="52" target="12" edge="1">
                    <mxGeometry relative="1" as="geometry">
                        <Array as="points">
                            <mxPoint x="3840" y="661"/>
                        </Array>
                    </mxGeometry>
                </mxCell>
                <mxCell id="107" style="edgeStyle=none;html=1;exitX=1;exitY=0.5;exitDx=0;exitDy=0;entryX=0;entryY=0.5;entryDx=0;entryDy=0;" parent="1" source="50" target="10" edge="1">
                    <mxGeometry relative="1" as="geometry"/>
                </mxCell>
                <mxCell id="109" style="edgeStyle=none;html=1;exitX=1;exitY=0.5;exitDx=0;exitDy=0;entryX=0;entryY=0.5;entryDx=0;entryDy=0;" parent="1" target="9" edge="1">
                    <mxGeometry relative="1" as="geometry">
                        <mxPoint x="3680" y="511" as="sourcePoint"/>
                    </mxGeometry>
                </mxCell>
                <mxCell id="110" style="edgeStyle=none;html=1;exitX=0.5;exitY=0;exitDx=0;exitDy=0;entryX=0.489;entryY=0.995;entryDx=0;entryDy=0;entryPerimeter=0;" parent="1" source="9" target="58" edge="1">
                    <mxGeometry relative="1" as="geometry"/>
                </mxCell>
            </root>
        </mxGraphModel>
    </diagram>
</mxfile>